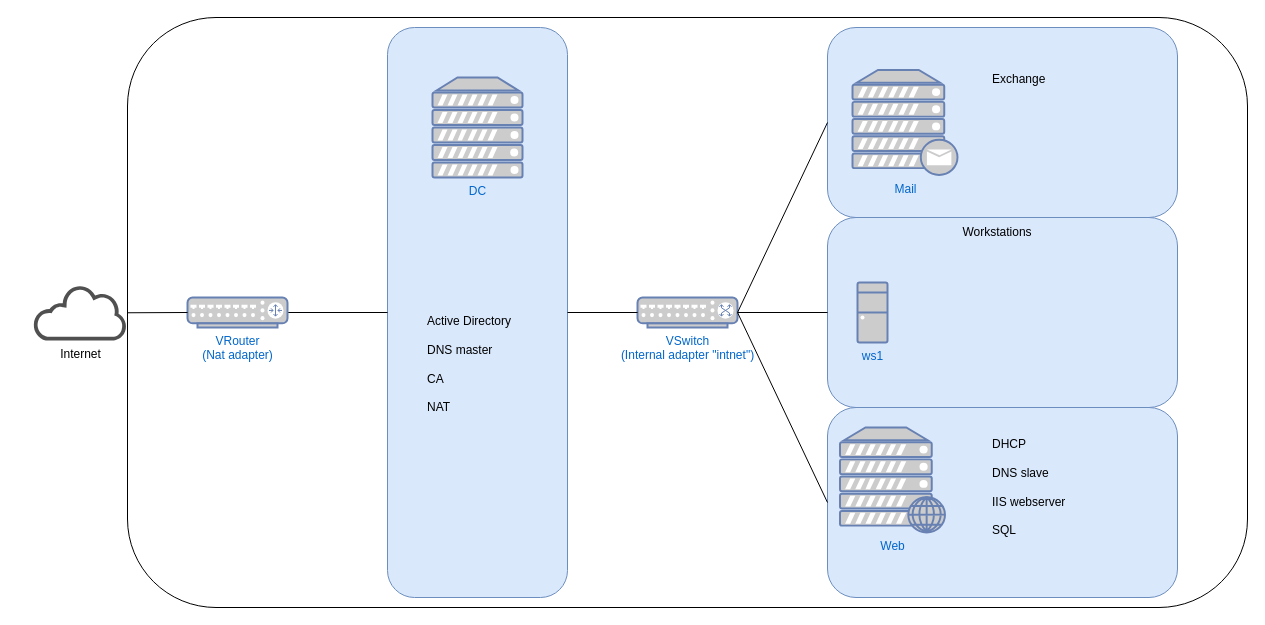
Before: NetworkDiagran.drawio in UbeUyttendaele/WindowsServer2, a draw.io diagram. Source tidied: cells renumbered, new cells numbered last; positions are measured from the earlier drawing's top-left corner, leaving out a move shared by most shapes. Both pictures are drawn from the tidied source at 100%, with x=0, y=0 at pixel (33, 17).
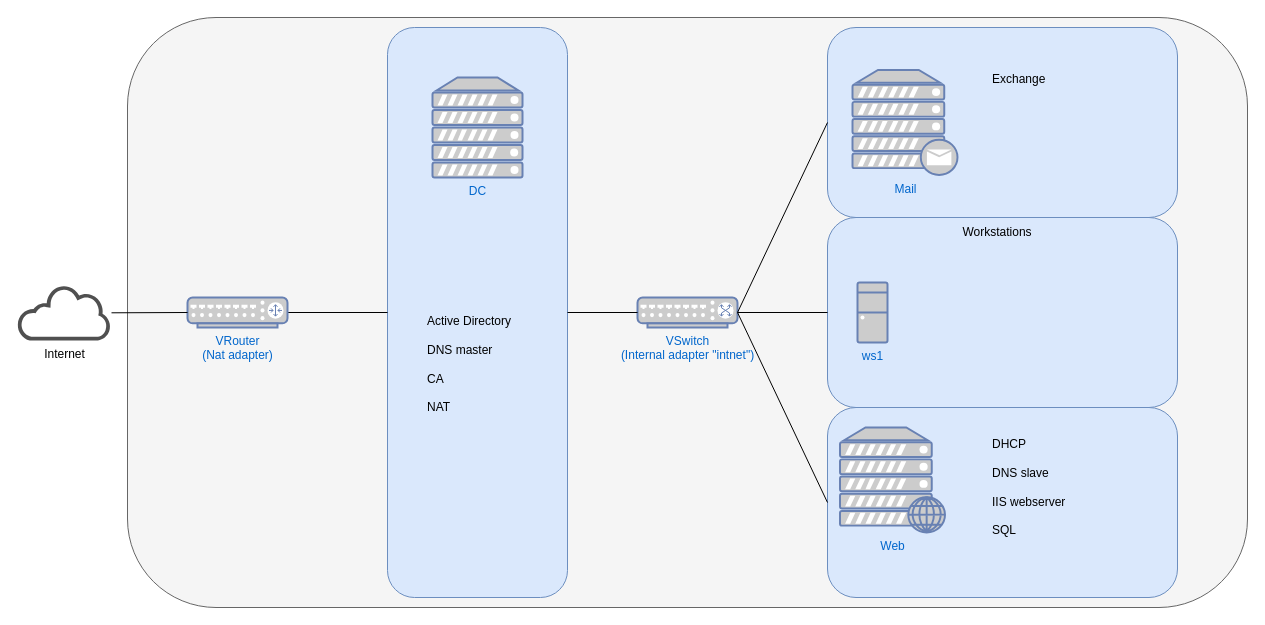
The same diagram, later.

Diff of the diagram source:
```diff
@@
-    <mxCell id="2" style="rounded=1;whiteSpace=wrap;html=1;" parent="1" vertex="1">
+    <mxCell id="2" style="rounded=1;whiteSpace=wrap;html=1;fillColor=#f5f5f5;fontColor=#333333;strokeColor=#666666;" parent="1" vertex="1">
       <mxGeometry x="94" width="1120" height="590" as="geometry" />
     </mxCell>
@@
     <mxCell id="23" value="Internet" style="sketch=0;shadow=0;dashed=0;html=1;strokeColor=none;fillColor=#505050;labelPosition=center;verticalLabelPosition=bottom;outlineConnect=0;verticalAlign=top;align=center;shape=mxgraph.office.clouds.cloud;fontColor=#000000;" parent="1" vertex="1">
-      <mxGeometry y="268" width="94" height="55" as="geometry" />
+      <mxGeometry x="-16" y="268" width="94" height="55" as="geometry" />
     </mxCell>
```
